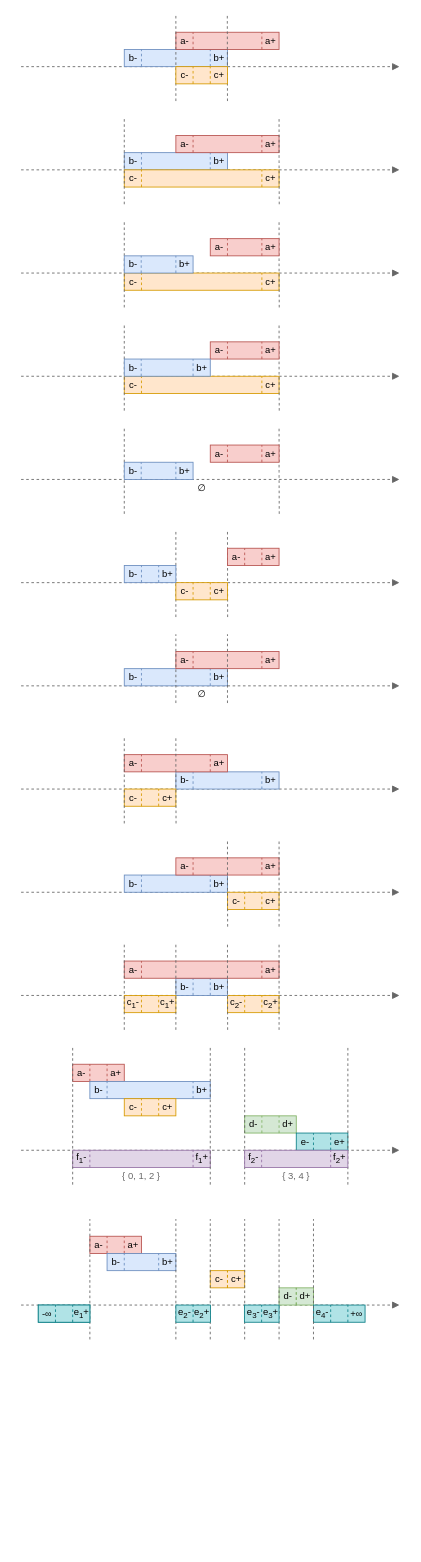
Above: page "Algorithms" (5 of 7) of res/resources.drawio in gchudnov/mindthegap (draw.io), before the change. Source tidied: cells renumbered, new cells numbered last; positions are measured from the earlier drawing's top-left corner, leaving out a move shared by most shapes. Both pictures are drawn from the tidied source at 86%, with x=0, y=0 at pixel (21, 15).
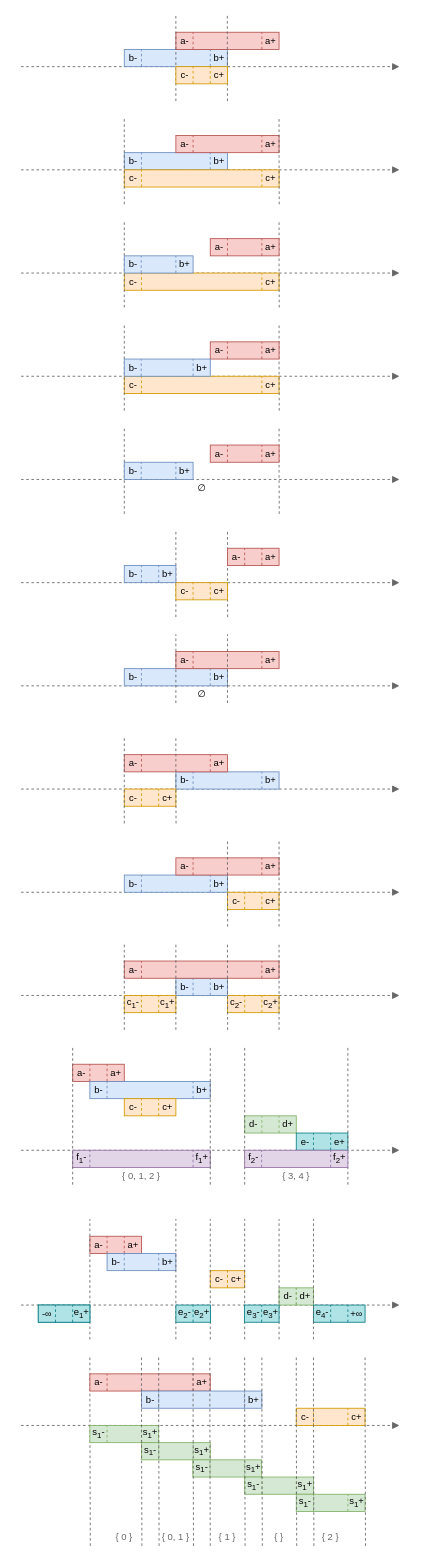
After the change.

The edit, as a diff of the source:
```diff
@@
+    <mxCell id="308" style="endArrow=block;html=1;fontSize=12;strokeWidth=1;fillColor=#f5f5f5;strokeColor=#666666;endFill=1;dashed=1;" parent="1" edge="1">
+      <mxGeometry relative="1" as="geometry">
+        <mxPoint y="1640" as="sourcePoint" />
+        <mxPoint x="440" y="1640" as="targetPoint" />
+      </mxGeometry>
+    </mxCell>
+    <mxCell id="309" style="endArrow=none;dashed=1;html=1;strokeWidth=1;fontSize=11;fillColor=#f5f5f5;strokeColor=#666666;" parent="1" edge="1">
+      <mxGeometry relative="1" as="geometry">
+        <mxPoint x="80.5" y="1780" as="sourcePoint" />
+        <mxPoint x="80" y="1560" as="targetPoint" />
+        <Array as="points">
+          <mxPoint x="80" y="1610" />
+        </Array>
+      </mxGeometry>
+    </mxCell>
+    <mxCell id="310" style="group;" parent="1" vertex="1">
+      <mxGeometry x="80" y="1640" width="80" height="20" as="geometry" />
+    </mxCell>
+    <mxCell id="311" style="rounded=0;whiteSpace=wrap;html=1;fontSize=12;strokeWidth=1;fillColor=#d5e8d4;strokeColor=#82b366;" parent="310" vertex="1">
+      <mxGeometry width="80" height="20" as="geometry" />
+    </mxCell>
+    <mxCell id="312" value="&lt;p style=&quot;line-height: 1.2&quot;&gt;s&lt;sub&gt;1&lt;/sub&gt;-&lt;/p&gt;" style="text;html=1;strokeColor=none;fillColor=none;align=center;verticalAlign=middle;rounded=0;fontSize=11;labelPosition=center;verticalLabelPosition=middle;horizontal=1;" parent="310" vertex="1">
+      <mxGeometry width="20" height="20" as="geometry" />
+    </mxCell>
+    <mxCell id="313" value="s&lt;sub&gt;1&lt;/sub&gt;+" style="text;html=1;strokeColor=none;fillColor=none;align=center;verticalAlign=middle;rounded=0;fontSize=11;spacing=2;" parent="310" vertex="1">
+      <mxGeometry x="60" width="20" height="20" as="geometry" />
+    </mxCell>
+    <mxCell id="314" style="endArrow=none;dashed=1;html=1;strokeWidth=1;fontSize=11;fillColor=#d5e8d4;strokeColor=#82b366;" parent="310" edge="1">
+      <mxGeometry relative="1" as="geometry">
+        <mxPoint x="60" y="20" as="sourcePoint" />
+        <mxPoint x="60" as="targetPoint" />
+      </mxGeometry>
+    </mxCell>
+    <mxCell id="315" style="endArrow=none;dashed=1;html=1;strokeWidth=1;fontSize=11;fillColor=#d5e8d4;strokeColor=#82b366;" parent="310" edge="1">
+      <mxGeometry relative="1" as="geometry">
+        <mxPoint x="20" y="20" as="sourcePoint" />
+        <mxPoint x="20" as="targetPoint" />
+      </mxGeometry>
+    </mxCell>
+    <mxCell id="316" style="group;" parent="1" vertex="1">
+      <mxGeometry x="140" y="1660" width="80" height="20" as="geometry" />
+    </mxCell>
+    <mxCell id="317" style="rounded=0;whiteSpace=wrap;html=1;fontSize=12;strokeWidth=1;fillColor=#d5e8d4;strokeColor=#82b366;" parent="316" vertex="1">
+      <mxGeometry width="80" height="20" as="geometry" />
+    </mxCell>
+    <mxCell id="318" value="&lt;p style=&quot;line-height: 1.2&quot;&gt;s&lt;sub&gt;1&lt;/sub&gt;-&lt;/p&gt;" style="text;html=1;strokeColor=none;fillColor=none;align=center;verticalAlign=middle;rounded=0;fontSize=11;labelPosition=center;verticalLabelPosition=middle;horizontal=1;" parent="316" vertex="1">
+      <mxGeometry width="20" height="20" as="geometry" />
+    </mxCell>
+    <mxCell id="319" value="s&lt;sub&gt;1&lt;/sub&gt;+" style="text;html=1;strokeColor=none;fillColor=none;align=center;verticalAlign=middle;rounded=0;fontSize=11;spacing=2;" parent="316" vertex="1">
+      <mxGeometry x="60" width="20" height="20" as="geometry" />
+    </mxCell>
+    <mxCell id="320" style="endArrow=none;dashed=1;html=1;strokeWidth=1;fontSize=11;fillColor=#d5e8d4;strokeColor=#82b366;" parent="316" edge="1">
+      <mxGeometry relative="1" as="geometry">
+        <mxPoint x="60" y="20" as="sourcePoint" />
+        <mxPoint x="60" as="targetPoint" />
+      </mxGeometry>
+    </mxCell>
+    <mxCell id="321" style="endArrow=none;dashed=1;html=1;strokeWidth=1;fontSize=11;fillColor=#d5e8d4;strokeColor=#82b366;" parent="316" edge="1">
+      <mxGeometry relative="1" as="geometry">
+        <mxPoint x="20" y="20" as="sourcePoint" />
+        <mxPoint x="20" as="targetPoint" />
+      </mxGeometry>
+    </mxCell>
+    <mxCell id="322" style="group;" parent="1" vertex="1">
+      <mxGeometry x="199.7" y="1680" width="80" height="20" as="geometry" />
+    </mxCell>
+    <mxCell id="323" style="rounded=0;whiteSpace=wrap;html=1;fontSize=12;strokeWidth=1;fillColor=#d5e8d4;strokeColor=#82b366;" parent="322" vertex="1">
+      <mxGeometry width="80" height="20" as="geometry" />
+    </mxCell>
+    <mxCell id="324" value="&lt;p style=&quot;line-height: 1.2&quot;&gt;s&lt;sub&gt;1&lt;/sub&gt;-&lt;/p&gt;" style="text;html=1;strokeColor=none;fillColor=none;align=center;verticalAlign=middle;rounded=0;fontSize=11;labelPosition=center;verticalLabelPosition=middle;horizontal=1;" parent="322" vertex="1">
+      <mxGeometry width="20" height="20" as="geometry" />
+    </mxCell>
+    <mxCell id="325" value="s&lt;sub&gt;1&lt;/sub&gt;+" style="text;html=1;strokeColor=none;fillColor=none;align=center;verticalAlign=middle;rounded=0;fontSize=11;spacing=2;" parent="322" vertex="1">
+      <mxGeometry x="60" width="20" height="20" as="geometry" />
+    </mxCell>
+    <mxCell id="326" style="endArrow=none;dashed=1;html=1;strokeWidth=1;fontSize=11;fillColor=#d5e8d4;strokeColor=#82b366;" parent="322" edge="1">
+      <mxGeometry relative="1" as="geometry">
+        <mxPoint x="60" y="20" as="sourcePoint" />
+        <mxPoint x="60" as="targetPoint" />
+      </mxGeometry>
+    </mxCell>
+    <mxCell id="327" style="endArrow=none;dashed=1;html=1;strokeWidth=1;fontSize=11;fillColor=#d5e8d4;strokeColor=#82b366;" parent="322" edge="1">
+      <mxGeometry relative="1" as="geometry">
+        <mxPoint x="20" y="20" as="sourcePoint" />
+        <mxPoint x="20" as="targetPoint" />
+      </mxGeometry>
+    </mxCell>
+    <mxCell id="328" style="group;" parent="1" vertex="1">
+      <mxGeometry x="260" y="1700" width="80" height="20" as="geometry" />
+    </mxCell>
+    <mxCell id="329" style="rounded=0;whiteSpace=wrap;html=1;fontSize=12;strokeWidth=1;fillColor=#d5e8d4;strokeColor=#82b366;" parent="328" vertex="1">
+      <mxGeometry width="80" height="20" as="geometry" />
+    </mxCell>
+    <mxCell id="330" value="&lt;p style=&quot;line-height: 1.2&quot;&gt;s&lt;sub&gt;1&lt;/sub&gt;-&lt;/p&gt;" style="text;html=1;strokeColor=none;fillColor=none;align=center;verticalAlign=middle;rounded=0;fontSize=11;labelPosition=center;verticalLabelPosition=middle;horizontal=1;" parent="328" vertex="1">
+      <mxGeometry width="20" height="20" as="geometry" />
+    </mxCell>
+    <mxCell id="331" value="s&lt;sub&gt;1&lt;/sub&gt;+" style="text;html=1;strokeColor=none;fillColor=none;align=center;verticalAlign=middle;rounded=0;fontSize=11;spacing=2;" parent="328" vertex="1">
+      <mxGeometry x="60" width="20" height="20" as="geometry" />
+    </mxCell>
+    <mxCell id="332" style="endArrow=none;dashed=1;html=1;strokeWidth=1;fontSize=11;fillColor=#d5e8d4;strokeColor=#82b366;" parent="328" edge="1">
+      <mxGeometry relative="1" as="geometry">
+        <mxPoint x="60" y="20" as="sourcePoint" />
+        <mxPoint x="60" as="targetPoint" />
+      </mxGeometry>
+    </mxCell>
+    <mxCell id="333" style="endArrow=none;dashed=1;html=1;strokeWidth=1;fontSize=11;fillColor=#d5e8d4;strokeColor=#82b366;" parent="328" edge="1">
+      <mxGeometry relative="1" as="geometry">
+        <mxPoint x="20" y="20" as="sourcePoint" />
+        <mxPoint x="20" as="targetPoint" />
+      </mxGeometry>
+    </mxCell>
+    <mxCell id="334" style="group;" parent="1" vertex="1">
+      <mxGeometry x="320" y="1720" width="80" height="20" as="geometry" />
+    </mxCell>
+    <mxCell id="335" style="rounded=0;whiteSpace=wrap;html=1;fontSize=12;strokeWidth=1;fillColor=#d5e8d4;strokeColor=#82b366;" parent="334" vertex="1">
+      <mxGeometry width="80" height="20" as="geometry" />
+    </mxCell>
+    <mxCell id="336" value="&lt;p style=&quot;line-height: 1.2&quot;&gt;s&lt;sub&gt;1&lt;/sub&gt;-&lt;/p&gt;" style="text;html=1;strokeColor=none;fillColor=none;align=center;verticalAlign=middle;rounded=0;fontSize=11;labelPosition=center;verticalLabelPosition=middle;horizontal=1;" parent="334" vertex="1">
+      <mxGeometry width="20" height="20" as="geometry" />
+    </mxCell>
+    <mxCell id="337" value="s&lt;sub&gt;1&lt;/sub&gt;+" style="text;html=1;strokeColor=none;fillColor=none;align=center;verticalAlign=middle;rounded=0;fontSize=11;spacing=2;" parent="334" vertex="1">
+      <mxGeometry x="60" width="20" height="20" as="geometry" />
+    </mxCell>
+    <mxCell id="338" style="endArrow=none;dashed=1;html=1;strokeWidth=1;fontSize=11;fillColor=#d5e8d4;strokeColor=#82b366;" parent="334" edge="1">
+      <mxGeometry relative="1" as="geometry">
+        <mxPoint x="60" y="20" as="sourcePoint" />
+        <mxPoint x="60" as="targetPoint" />
+      </mxGeometry>
+    </mxCell>
+    <mxCell id="339" style="endArrow=none;dashed=1;html=1;strokeWidth=1;fontSize=11;fillColor=#d5e8d4;strokeColor=#82b366;" parent="334" edge="1">
+      <mxGeometry relative="1" as="geometry">
+        <mxPoint x="20" y="20" as="sourcePoint" />
+        <mxPoint x="20" as="targetPoint" />
+      </mxGeometry>
+    </mxCell>
+    <mxCell id="340" style="group;" parent="1" vertex="1">
+      <mxGeometry x="320" y="1620" width="80" height="20" as="geometry" />
+    </mxCell>
+    <mxCell id="341" style="rounded=0;whiteSpace=wrap;html=1;fontSize=12;strokeWidth=1;fillColor=#ffe6cc;strokeColor=#d79b00;" parent="340" vertex="1">
+      <mxGeometry width="80" height="20" as="geometry" />
+    </mxCell>
+    <mxCell id="342" value="&lt;p style=&quot;line-height: 1.2&quot;&gt;c-&lt;/p&gt;" style="text;html=1;strokeColor=none;fillColor=none;align=center;verticalAlign=middle;rounded=0;fontSize=11;labelPosition=center;verticalLabelPosition=middle;horizontal=1;" parent="340" vertex="1">
+      <mxGeometry width="20" height="20" as="geometry" />
+    </mxCell>
+    <mxCell id="343" value="c+" style="text;html=1;strokeColor=none;fillColor=none;align=center;verticalAlign=middle;rounded=0;fontSize=11;spacing=2;" parent="340" vertex="1">
+      <mxGeometry x="60" width="20" height="20" as="geometry" />
+    </mxCell>
+    <mxCell id="344" style="endArrow=none;dashed=1;html=1;strokeWidth=1;fontSize=11;fillColor=#ffe6cc;strokeColor=#d79b00;" parent="340" edge="1">
+      <mxGeometry relative="1" as="geometry">
+        <mxPoint x="60" y="20" as="sourcePoint" />
+        <mxPoint x="60" as="targetPoint" />
+      </mxGeometry>
+    </mxCell>
+    <mxCell id="345" style="endArrow=none;dashed=1;html=1;strokeWidth=1;fontSize=11;fillColor=#ffe6cc;strokeColor=#d79b00;" parent="340" edge="1">
+      <mxGeometry relative="1" as="geometry">
+        <mxPoint x="20" y="20" as="sourcePoint" />
+        <mxPoint x="20" as="targetPoint" />
+      </mxGeometry>
+    </mxCell>
+    <mxCell id="346" style="group;" parent="1" vertex="1">
+      <mxGeometry x="80" y="1580" width="140" height="20" as="geometry" />
+    </mxCell>
+    <mxCell id="347" style="rounded=0;whiteSpace=wrap;html=1;fontSize=12;strokeWidth=1;fillColor=#f8cecc;strokeColor=#b85450;" parent="346" vertex="1">
+      <mxGeometry width="140" height="20" as="geometry" />
+    </mxCell>
+    <mxCell id="348" value="&lt;p style=&quot;line-height: 1.2&quot;&gt;a-&lt;/p&gt;" style="text;html=1;strokeColor=none;fillColor=none;align=center;verticalAlign=middle;rounded=0;fontSize=11;labelPosition=center;verticalLabelPosition=middle;horizontal=1;" parent="346" vertex="1">
+      <mxGeometry width="20" height="20" as="geometry" />
+    </mxCell>
+    <mxCell id="349" value="a+" style="text;html=1;strokeColor=none;fillColor=none;align=center;verticalAlign=middle;rounded=0;fontSize=11;spacing=2;" parent="346" vertex="1">
+      <mxGeometry x="120" width="20" height="20" as="geometry" />
+    </mxCell>
+    <mxCell id="350" style="endArrow=none;dashed=1;html=1;strokeWidth=1;fontSize=11;fillColor=#f8cecc;strokeColor=#b85450;" parent="346" edge="1">
+      <mxGeometry relative="1" as="geometry">
+        <mxPoint x="120" y="20" as="sourcePoint" />
+        <mxPoint x="120" as="targetPoint" />
+      </mxGeometry>
+    </mxCell>
+    <mxCell id="351" style="endArrow=none;dashed=1;html=1;strokeWidth=1;fontSize=11;fillColor=#f8cecc;strokeColor=#b85450;" parent="346" edge="1">
+      <mxGeometry relative="1" as="geometry">
+        <mxPoint x="20" y="20" as="sourcePoint" />
+        <mxPoint x="20" as="targetPoint" />
+      </mxGeometry>
+    </mxCell>
+    <mxCell id="352" style="group;" parent="1" vertex="1">
+      <mxGeometry x="140" y="1600" width="140" height="20" as="geometry" />
+    </mxCell>
+    <mxCell id="353" style="rounded=0;whiteSpace=wrap;html=1;fontSize=12;strokeWidth=1;fillColor=#dae8fc;strokeColor=#6c8ebf;" parent="352" vertex="1">
+      <mxGeometry width="140" height="20" as="geometry" />
+    </mxCell>
+    <mxCell id="354" value="b-" style="text;html=1;strokeColor=none;fillColor=none;align=center;verticalAlign=middle;rounded=0;fontSize=11;" parent="352" vertex="1">
+      <mxGeometry width="20" height="20" as="geometry" />
+    </mxCell>
+    <mxCell id="355" value="b+" style="text;strokeColor=none;fillColor=none;align=center;verticalAlign=middle;rounded=0;fontSize=11;html=1;spacing=2;" parent="352" vertex="1">
+      <mxGeometry x="119.7" width="20" height="20" as="geometry" />
+    </mxCell>
+    <mxCell id="356" style="endArrow=none;dashed=1;html=1;strokeWidth=1;fontSize=11;fillColor=#dae8fc;strokeColor=#6c8ebf;" parent="352" edge="1">
+      <mxGeometry relative="1" as="geometry">
+        <mxPoint x="119.7" y="20" as="sourcePoint" />
+        <mxPoint x="119.7" as="targetPoint" />
+      </mxGeometry>
+    </mxCell>
+    <mxCell id="357" style="endArrow=none;dashed=1;html=1;strokeWidth=1;fontSize=11;fillColor=#dae8fc;strokeColor=#6c8ebf;" parent="352" edge="1">
+      <mxGeometry relative="1" as="geometry">
+        <mxPoint x="20" y="20" as="sourcePoint" />
+        <mxPoint x="20" as="targetPoint" />
+      </mxGeometry>
+    </mxCell>
+    <mxCell id="358" value="{ 0 }" style="text;html=1;strokeColor=none;fillColor=none;align=center;verticalAlign=middle;whiteSpace=wrap;rounded=0;fontColor=#666666;fontSize=11;" parent="1" vertex="1">
+      <mxGeometry x="90" y="1760" width="60" height="20" as="geometry" />
+    </mxCell>
+    <mxCell id="359" value="{ 0, 1 }" style="text;html=1;strokeColor=none;fillColor=none;align=center;verticalAlign=middle;whiteSpace=wrap;rounded=0;fontColor=#666666;fontSize=11;" parent="1" vertex="1">
+      <mxGeometry x="150" y="1760" width="60" height="20" as="geometry" />
+    </mxCell>
+    <mxCell id="360" value="{ 1 }" style="text;html=1;strokeColor=none;fillColor=none;align=center;verticalAlign=middle;whiteSpace=wrap;rounded=0;fontColor=#666666;fontSize=11;" parent="1" vertex="1">
+      <mxGeometry x="209.7" y="1760" width="60" height="20" as="geometry" />
+    </mxCell>
+    <mxCell id="361" value="{ }" style="text;html=1;strokeColor=none;fillColor=none;align=center;verticalAlign=middle;whiteSpace=wrap;rounded=0;fontColor=#666666;fontSize=11;" parent="1" vertex="1">
+      <mxGeometry x="270" y="1760" width="60" height="20" as="geometry" />
+    </mxCell>
+    <mxCell id="362" value="{ 2 }" style="text;html=1;strokeColor=none;fillColor=none;align=center;verticalAlign=middle;whiteSpace=wrap;rounded=0;fontColor=#666666;fontSize=11;" parent="1" vertex="1">
+      <mxGeometry x="330" y="1760" width="60" height="20" as="geometry" />
+    </mxCell>
+    <mxCell id="363" style="endArrow=none;dashed=1;html=1;strokeWidth=1;fontSize=11;fillColor=#f5f5f5;strokeColor=#666666;" parent="1" edge="1">
+      <mxGeometry relative="1" as="geometry">
+        <mxPoint x="160.5" y="1780" as="sourcePoint" />
+        <mxPoint x="160" y="1560" as="targetPoint" />
+        <Array as="points">
+          <mxPoint x="160" y="1610" />
+        </Array>
+      </mxGeometry>
+    </mxCell>
+    <mxCell id="364" style="endArrow=none;dashed=1;html=1;strokeWidth=1;fontSize=11;fillColor=#f5f5f5;strokeColor=#666666;" parent="1" edge="1">
+      <mxGeometry relative="1" as="geometry">
+        <mxPoint x="140.5" y="1780" as="sourcePoint" />
+        <mxPoint x="140" y="1560" as="targetPoint" />
+        <Array as="points">
+          <mxPoint x="140" y="1610" />
+        </Array>
+      </mxGeometry>
+    </mxCell>
+    <mxCell id="365" style="endArrow=none;dashed=1;html=1;strokeWidth=1;fontSize=11;fillColor=#f5f5f5;strokeColor=#666666;" parent="1" edge="1">
+      <mxGeometry relative="1" as="geometry">
+        <mxPoint x="200.5" y="1780" as="sourcePoint" />
+        <mxPoint x="200" y="1560" as="targetPoint" />
+        <Array as="points">
+          <mxPoint x="200" y="1610" />
+        </Array>
+      </mxGeometry>
+    </mxCell>
+    <mxCell id="366" style="endArrow=none;dashed=1;html=1;strokeWidth=1;fontSize=11;fillColor=#f5f5f5;strokeColor=#666666;" parent="1" edge="1">
+      <mxGeometry relative="1" as="geometry">
+        <mxPoint x="220" y="1780" as="sourcePoint" />
+        <mxPoint x="219.5" y="1560" as="targetPoint" />
+        <Array as="points">
+          <mxPoint x="219.5" y="1610" />
+        </Array>
+      </mxGeometry>
+    </mxCell>
+    <mxCell id="367" style="endArrow=none;dashed=1;html=1;strokeWidth=1;fontSize=11;fillColor=#f5f5f5;strokeColor=#666666;" parent="1" edge="1">
+      <mxGeometry relative="1" as="geometry">
+        <mxPoint x="260.5" y="1780" as="sourcePoint" />
+        <mxPoint x="260" y="1560" as="targetPoint" />
+        <Array as="points">
+          <mxPoint x="260" y="1610" />
+        </Array>
+      </mxGeometry>
+    </mxCell>
+    <mxCell id="368" style="endArrow=none;dashed=1;html=1;strokeWidth=1;fontSize=11;fillColor=#f5f5f5;strokeColor=#666666;" parent="1" edge="1">
+      <mxGeometry relative="1" as="geometry">
+        <mxPoint x="280.5" y="1780" as="sourcePoint" />
+        <mxPoint x="280" y="1560" as="targetPoint" />
+        <Array as="points">
+          <mxPoint x="280" y="1610" />
+        </Array>
+      </mxGeometry>
+    </mxCell>
+    <mxCell id="369" style="endArrow=none;dashed=1;html=1;strokeWidth=1;fontSize=11;fillColor=#f5f5f5;strokeColor=#666666;" parent="1" edge="1">
+      <mxGeometry relative="1" as="geometry">
+        <mxPoint x="320.5" y="1780" as="sourcePoint" />
+        <mxPoint x="320" y="1560" as="targetPoint" />
+        <Array as="points">
+          <mxPoint x="320" y="1610" />
+        </Array>
+      </mxGeometry>
+    </mxCell>
+    <mxCell id="370" style="endArrow=none;dashed=1;html=1;strokeWidth=1;fontSize=11;fillColor=#f5f5f5;strokeColor=#666666;" parent="1" edge="1">
+      <mxGeometry relative="1" as="geometry">
+        <mxPoint x="340.5" y="1780" as="sourcePoint" />
+        <mxPoint x="340" y="1560" as="targetPoint" />
+        <Array as="points">
+          <mxPoint x="340" y="1610" />
+        </Array>
+      </mxGeometry>
+    </mxCell>
+    <mxCell id="371" style="endArrow=none;dashed=1;html=1;strokeWidth=1;fontSize=11;fillColor=#f5f5f5;strokeColor=#666666;" parent="1" edge="1">
+      <mxGeometry relative="1" as="geometry">
+        <mxPoint x="400.5" y="1780" as="sourcePoint" />
+        <mxPoint x="400" y="1560" as="targetPoint" />
+        <Array as="points">
+          <mxPoint x="400" y="1610" />
+        </Array>
+      </mxGeometry>
+    </mxCell>
```
